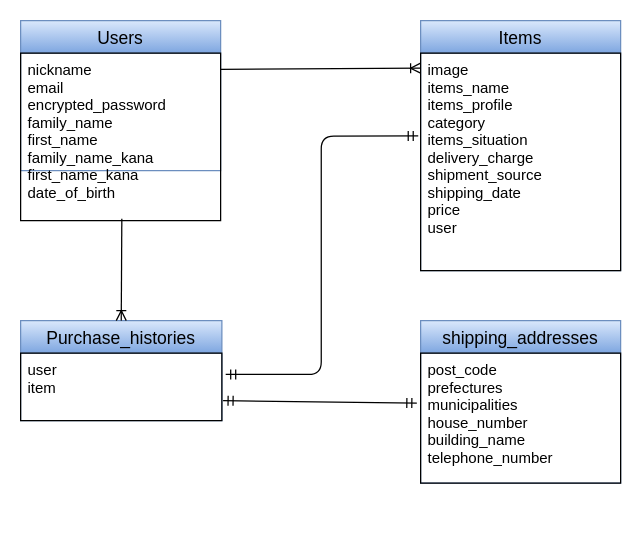
Earlier version of the draw.io diagram furima-37257.dio (chiharu05/furima-37257). Source tidied: cells renumbered, new cells numbered last; positions are measured from the earlier drawing's top-left corner, leaving out a move shared by most shapes. Both pictures are drawn from the tidied source at 125%, with x=0, y=0 at pixel (20, 20).
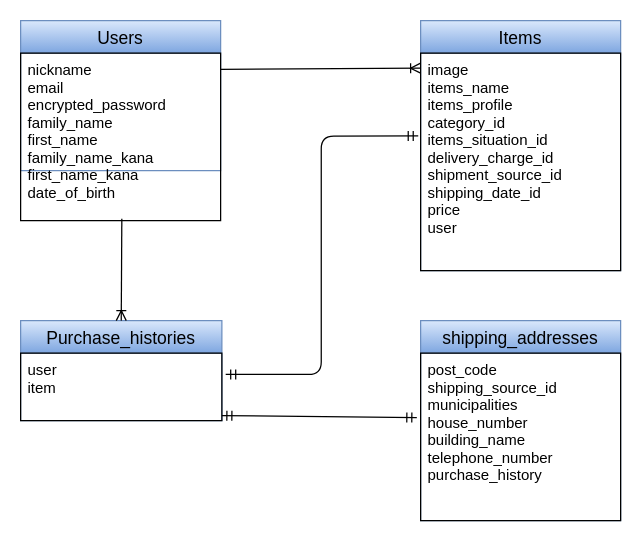
After the change.

Commit message (it also covers changes not shown here):
データベース設計から2点修正

Change to the diagram source:
```diff
@@
 <mxGraphModel background="#ffffff">
   <root>
     <mxCell id="0" />
     <mxCell id="1" parent="0" />
     <mxCell id="2" value="Users" style="swimlane;fontStyle=0;horizontal=1;startSize=26;align=center;fontSize=14;fillColor=#dae8fc;strokeColor=#6c8ebf;gradientColor=#7ea6e0;fontColor=#000000;" parent="1" vertex="1">
       <mxGeometry width="160" height="120" as="geometry" />
     </mxCell>
     <mxCell id="3" value="Purchase_histories" style="swimlane;fontStyle=0;horizontal=1;startSize=26;align=center;fontSize=14;fillColor=#dae8fc;strokeColor=#6c8ebf;gradientColor=#7ea6e0;fontColor=#000000;" parent="1" vertex="1">
       <mxGeometry y="240" width="161" height="80" as="geometry" />
     </mxCell>
     <mxCell id="4" value="user&#10;item" style="text;fillColor=none;spacingLeft=4;spacingRight=4;overflow=hidden;points=[[0,0.5],[1,0.5]];portConstraint=eastwest;fontSize=12;fontColor=#000000;labelBorderColor=none;strokeColor=#000000;" parent="3" vertex="1">
       <mxGeometry y="26" width="161" height="54" as="geometry" />
     </mxCell>
     <mxCell id="5" value="Items" style="swimlane;fontStyle=0;horizontal=1;startSize=26;align=center;fontSize=14;gradientColor=#7ea6e0;fillColor=#dae8fc;strokeColor=#6c8ebf;fontColor=#000000;" parent="1" vertex="1">
       <mxGeometry x="320" width="160" height="200" as="geometry" />
     </mxCell>
-    <mxCell id="6" value="image&#10;items_name&#10;items_profile&#10;category&#10;items_situation&#10;delivery_charge&#10;shipment_source&#10;shipping_date&#10;price&#10;user" style="text;fillColor=none;spacingLeft=4;spacingRight=4;overflow=hidden;points=[[0,0.5],[1,0.5]];portConstraint=eastwest;fontSize=12;fontColor=#000000;labelBorderColor=none;strokeColor=#000000;" parent="5" vertex="1">
+    <mxCell id="6" value="image&#10;items_name&#10;items_profile&#10;category_id&#10;items_situation_id&#10;delivery_charge_id&#10;shipment_source_id&#10;shipping_date_id&#10;price&#10;user" style="text;fillColor=none;spacingLeft=4;spacingRight=4;overflow=hidden;points=[[0,0.5],[1,0.5]];portConstraint=eastwest;fontSize=12;fontColor=#000000;labelBorderColor=none;strokeColor=#000000;" parent="5" vertex="1">
       <mxGeometry y="26" width="160" height="174" as="geometry" />
     </mxCell>
     <mxCell id="7" value="shipping_addresses" style="swimlane;fontStyle=0;horizontal=1;startSize=26;align=center;fontSize=14;gradientColor=#7ea6e0;fillColor=#dae8fc;strokeColor=#6c8ebf;fontColor=#000000;" parent="1" vertex="1">
-      <mxGeometry x="320" y="240" width="160" height="130" as="geometry" />
+      <mxGeometry x="320" y="240" width="160" height="160" as="geometry" />
     </mxCell>
-    <mxCell id="8" value="post_code&#10;prefectures&#10;municipalities&#10;house_number&#10;building_name&#10;telephone_number" style="text;fillColor=none;spacingLeft=4;spacingRight=4;overflow=hidden;points=[[0,0.5],[1,0.5]];portConstraint=eastwest;fontSize=12;fontColor=#000000;labelBorderColor=none;strokeColor=#000000;" parent="7" vertex="1">
-      <mxGeometry y="26" width="160" height="104" as="geometry" />
+    <mxCell id="8" value="post_code&#10;shipping_source_id&#10;municipalities&#10;house_number&#10;building_name&#10;telephone_number&#10;purchase_history" style="text;fillColor=none;spacingLeft=4;spacingRight=4;overflow=hidden;points=[[0,0.5],[1,0.5]];portConstraint=eastwest;fontSize=12;fontColor=#000000;labelBorderColor=none;strokeColor=#000000;" parent="7" vertex="1">
+      <mxGeometry y="26" width="160" height="134" as="geometry" />
     </mxCell>
     <mxCell id="9" style="fontSize=12;html=1;endArrow=ERoneToMany;strokeColor=#000000;entryX=0.5;entryY=0;entryDx=0;entryDy=0;exitX=0.506;exitY=0.989;exitDx=0;exitDy=0;exitPerimeter=0;" parent="1" edge="1" source="12" target="3">
       <mxGeometry relative="1" as="geometry" />
     </mxCell>
     <mxCell id="10" style="fontSize=12;html=1;endArrow=ERoneToMany;strokeColor=#000000;exitX=1;exitY=0.097;exitDx=0;exitDy=0;exitPerimeter=0;entryX=0;entryY=0.069;entryDx=0;entryDy=0;entryPerimeter=0;" parent="1" edge="1" source="12" target="6">
       <mxGeometry relative="1" as="geometry" />
     </mxCell>
-    <mxCell id="11" style="fontSize=12;html=1;endArrow=ERmandOne;startArrow=ERmandOne;strokeColor=#000000;exitX=1.006;exitY=0.704;exitDx=0;exitDy=0;exitPerimeter=0;entryX=-0.019;entryY=0.385;entryDx=0;entryDy=0;entryPerimeter=0;" parent="1" edge="1" source="4" target="8">
+    <mxCell id="11" style="fontSize=12;html=1;endArrow=ERmandOne;startArrow=ERmandOne;strokeColor=#000000;exitX=1;exitY=0.926;exitDx=0;exitDy=0;exitPerimeter=0;entryX=-0.019;entryY=0.385;entryDx=0;entryDy=0;entryPerimeter=0;" parent="1" edge="1" source="4" target="8">
       <mxGeometry relative="1" as="geometry" />
     </mxCell>
     <mxCell id="12" value="nickname&#10;email&#10;encrypted_password&#10;family_name&#10;first_name&#10;family_name_kana&#10;first_name_kana&#10;date_of_birth" style="text;fillColor=none;spacingLeft=4;spacingRight=4;overflow=hidden;points=[[0,0.5],[1,0.5]];portConstraint=eastwest;fontSize=12;fontColor=#000000;labelBorderColor=none;strokeColor=#000000;" parent="1" vertex="1">
       <mxGeometry y="26" width="160" height="134" as="geometry" />
     </mxCell>
     <mxCell id="13" style="edgeStyle=orthogonalEdgeStyle;fontSize=12;html=1;endArrow=ERmandOne;startArrow=ERmandOne;strokeColor=#000000;exitX=1.019;exitY=0.315;exitDx=0;exitDy=0;exitPerimeter=0;entryX=-0.012;entryY=0.381;entryDx=0;entryDy=0;entryPerimeter=0;" parent="1" edge="1" source="4" target="6">
       <mxGeometry relative="1" as="geometry" />
     </mxCell>
   </root>
 </mxGraphModel>
```
